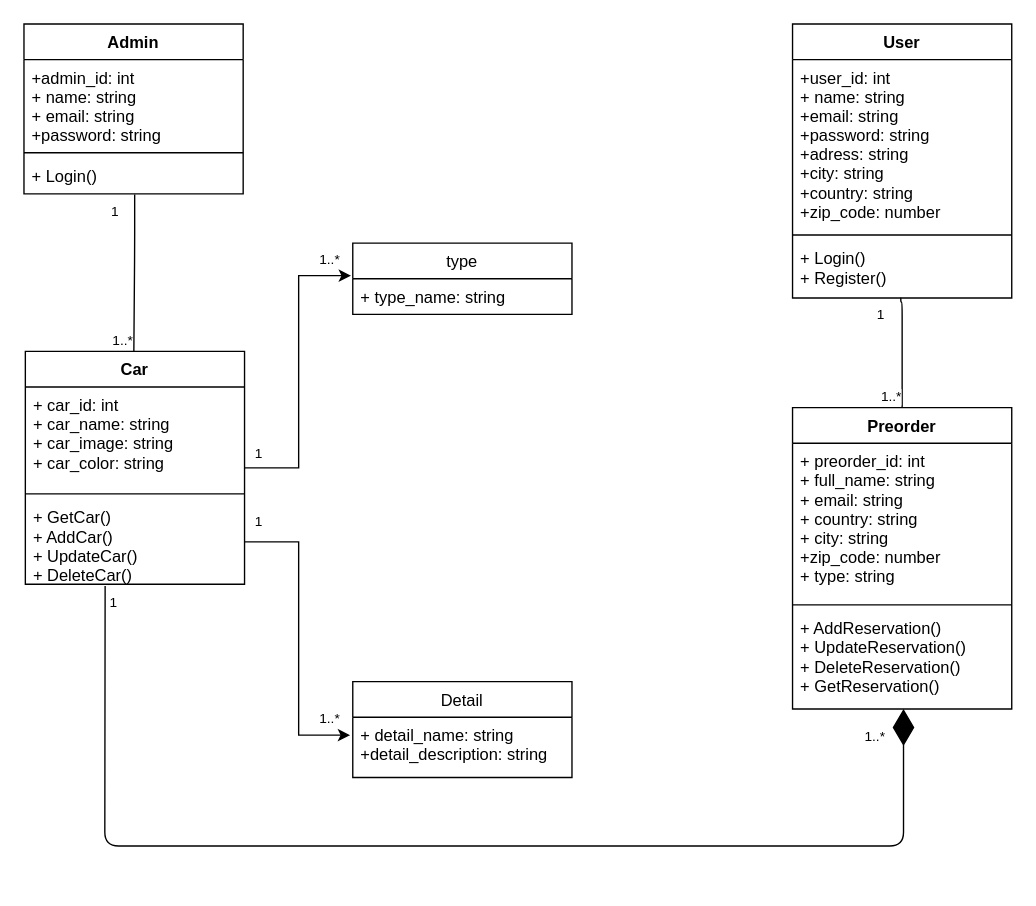
Earlier version of the draw.io diagram ClassDiagram.drawio (moultamissimane/NAMX-Conception). Source tidied: cells renumbered, new cells numbered last; positions are measured from the earlier drawing's top-left corner, leaving out a move shared by most shapes. Both pictures are drawn from the tidied source at 137%, with x=0, y=0 at pixel (23, 23).
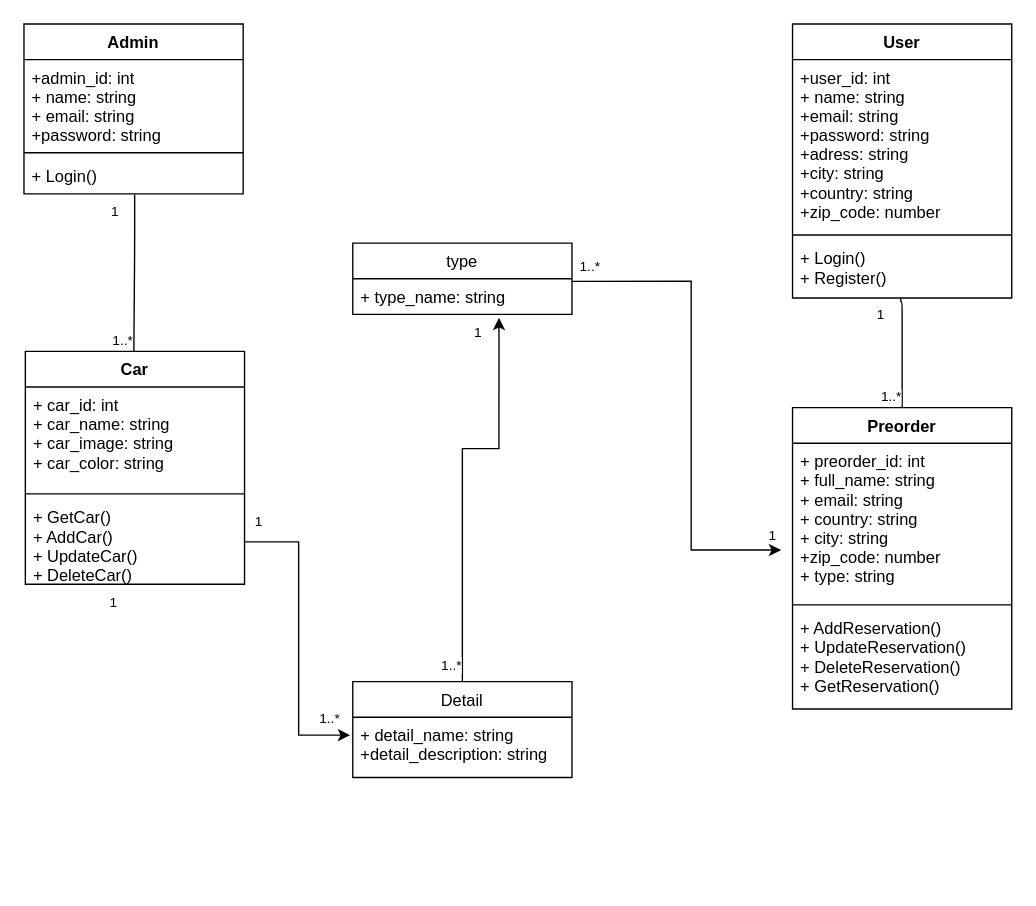
The same diagram, later.

Commit message (it also covers changes not shown here):
edit class diagram

The change refers to these unchanged cells:
```xml
<mxCell id="11" value="Car" style="swimlane;fontStyle=1;align=center;verticalAlign=top;horizontal=1;startSize=26;" parent="1" vertex="1">
  <mxGeometry x="1" y="239" width="160" height="170" as="geometry" />
</mxCell>
<mxCell id="14" value="+ GetCar()&#10;+ AddCar()&#10;+ UpdateCar()&#10;+ DeleteCar()" style="text;strokeColor=none;fillColor=none;align=left;verticalAlign=top;spacingLeft=4;spacingRight=4;overflow=hidden;points=[[0,0.5],[1,0.5]];portConstraint=eastwest;" parent="11" vertex="1">
  <mxGeometry y="108" width="160" height="62" as="geometry" />
</mxCell>
<mxCell id="16" value="+ preorder_id: int&#10;+ full_name: string&#10;+ email: string&#10;+ country: string&#10;+ city: string&#10;+zip_code: number&#10;+ type: string" style="text;strokeColor=none;fillColor=none;align=left;verticalAlign=top;spacingLeft=4;spacingRight=4;overflow=hidden;points=[[0,0.5],[1,0.5]];portConstraint=eastwest;" parent="15" vertex="1">
  <mxGeometry y="26" width="160" height="114" as="geometry" />
</mxCell>
<mxCell id="20" value="+ type_name: string" style="text;strokeColor=none;fillColor=none;align=left;verticalAlign=top;spacingLeft=4;spacingRight=4;overflow=hidden;points=[[0,0.5],[1,0.5]];portConstraint=eastwest;" parent="19" vertex="1">
  <mxGeometry y="26" width="160" height="26" as="geometry" />
</mxCell>
<mxCell id="21" value="Detail" style="swimlane;fontStyle=0;horizontal=1;startSize=26;fillColor=none;" parent="1" vertex="1">
  <mxGeometry x="240" y="480" width="160" height="70" as="geometry" />
</mxCell>
```

Diff of the diagram source:
```diff
@@
-    <mxCell id="10" style="edgeStyle=orthogonalEdgeStyle;rounded=0;jettySize=auto;html=1;exitX=1;exitY=0.5;exitDx=0;exitDy=0;entryX=-0.008;entryY=-0.089;entryDx=0;entryDy=0;entryPerimeter=0;" parent="1" edge="1" source="11" target="20">
-      <mxGeometry relative="1" as="geometry" />
+    <mxCell id="10" style="edgeStyle=orthogonalEdgeStyle;rounded=0;jettySize=auto;html=1;exitX=0.5;exitY=0;exitDx=0;exitDy=0;entryX=0.667;entryY=1.096;entryDx=0;entryDy=0;entryPerimeter=0;" parent="1" edge="1" source="21" target="20">
+      <mxGeometry relative="1" as="geometry">
+        <Array as="points">
+          <mxPoint x="320" y="310" />
+          <mxPoint x="347" y="310" />
+        </Array>
+      </mxGeometry>
     </mxCell>
@@
     <mxCell id="30" value="1..*" style="html=1;align=right;verticalAlign=bottom;labelBackgroundColor=#ffffff;fontSize=10;" parent="1" vertex="1">
-      <mxGeometry x="231" y="180" as="geometry" />
+      <mxGeometry x="311" y="470" as="geometry">
+        <mxPoint x="9" y="6" as="offset" />
+      </mxGeometry>
     </mxCell>
     <mxCell id="31" value="1" style="html=1;align=left;verticalAlign=bottom;labelBackgroundColor=#ffffff;fontSize=10;" parent="1" vertex="1">
-      <mxGeometry x="186" y="300" as="geometry">
+      <mxGeometry x="346" y="212" as="geometry">
         <mxPoint x="-19" y="20.5" as="offset" />
       </mxGeometry>
     </mxCell>
@@
-    <mxCell id="34" style="endArrow=diamondThin;endFill=1;endSize=24;html=1;exitX=0.364;exitY=1.021;exitDx=0;exitDy=0;exitPerimeter=0;" parent="1" edge="1" source="14">
-      <mxGeometry relative="1" as="geometry">
-        <mxPoint x="642" y="500" as="targetPoint" />
-        <Array as="points">
-          <mxPoint x="59" y="600" />
-          <mxPoint x="642" y="600" />
-        </Array>
-      </mxGeometry>
-    </mxCell>
-    <mxCell id="35" value="1..*" style="html=1;align=right;verticalAlign=bottom;labelBackgroundColor=#ffffff;fontSize=10;" parent="1" vertex="1">
+    <mxCell id="35" style="html=1;align=right;verticalAlign=bottom;labelBackgroundColor=#ffffff;fontSize=10;" parent="1" vertex="1">
       <mxGeometry x="90.1" y="248.9" as="geometry">
         <mxPoint x="539" y="279" as="offset" />
       </mxGeometry>
     </mxCell>
@@
+    <mxCell id="37" style="edgeStyle=orthogonalEdgeStyle;rounded=0;jettySize=auto;html=1;exitX=0.999;exitY=0.071;exitDx=0;exitDy=0;entryX=-0.052;entryY=0.684;entryDx=0;entryDy=0;entryPerimeter=0;exitPerimeter=0;" parent="1" edge="1" source="20" target="16">
+      <mxGeometry relative="1" as="geometry">
+        <Array as="points">
+          <mxPoint x="487" y="188" />
+          <mxPoint x="487" y="384" />
+        </Array>
+      </mxGeometry>
+    </mxCell>
+    <mxCell id="38" value="1..*" style="html=1;align=right;verticalAlign=bottom;labelBackgroundColor=#ffffff;fontSize=10;" parent="1" vertex="1">
+      <mxGeometry x="321" y="480" as="geometry">
+        <mxPoint x="100" y="-295" as="offset" />
+      </mxGeometry>
+    </mxCell>
+    <mxCell id="39" value="1" style="html=1;align=left;verticalAlign=bottom;labelBackgroundColor=#ffffff;fontSize=10;" parent="1" vertex="1">
+      <mxGeometry x="561" y="360" as="geometry">
+        <mxPoint x="-19" y="20.5" as="offset" />
+      </mxGeometry>
+    </mxCell>
```
